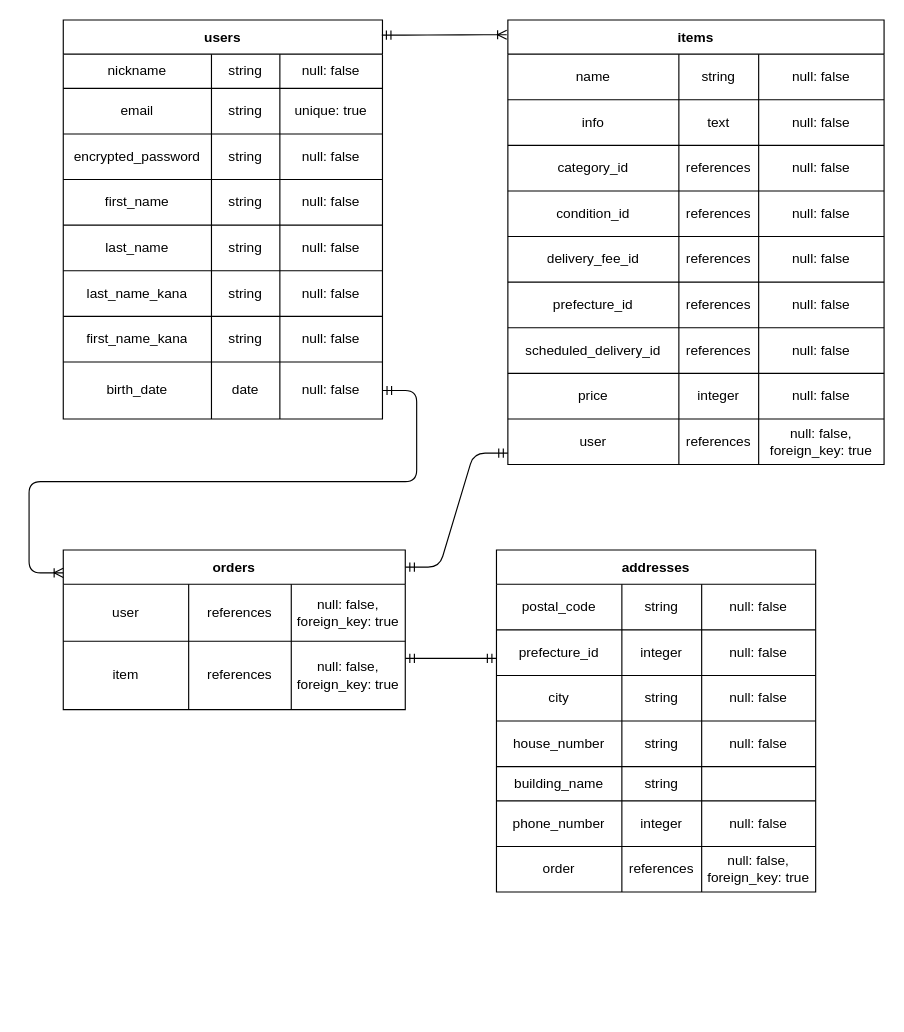
The draw.io diagram furima.dio in shunpikun/furima-36852, before the edit. Source tidied: cells renumbered, new cells numbered last; positions are measured from the earlier drawing's top-left corner, leaving out a move shared by most shapes. Both pictures are drawn from the tidied source at 114%, with x=0, y=0 at pixel (63, 19).
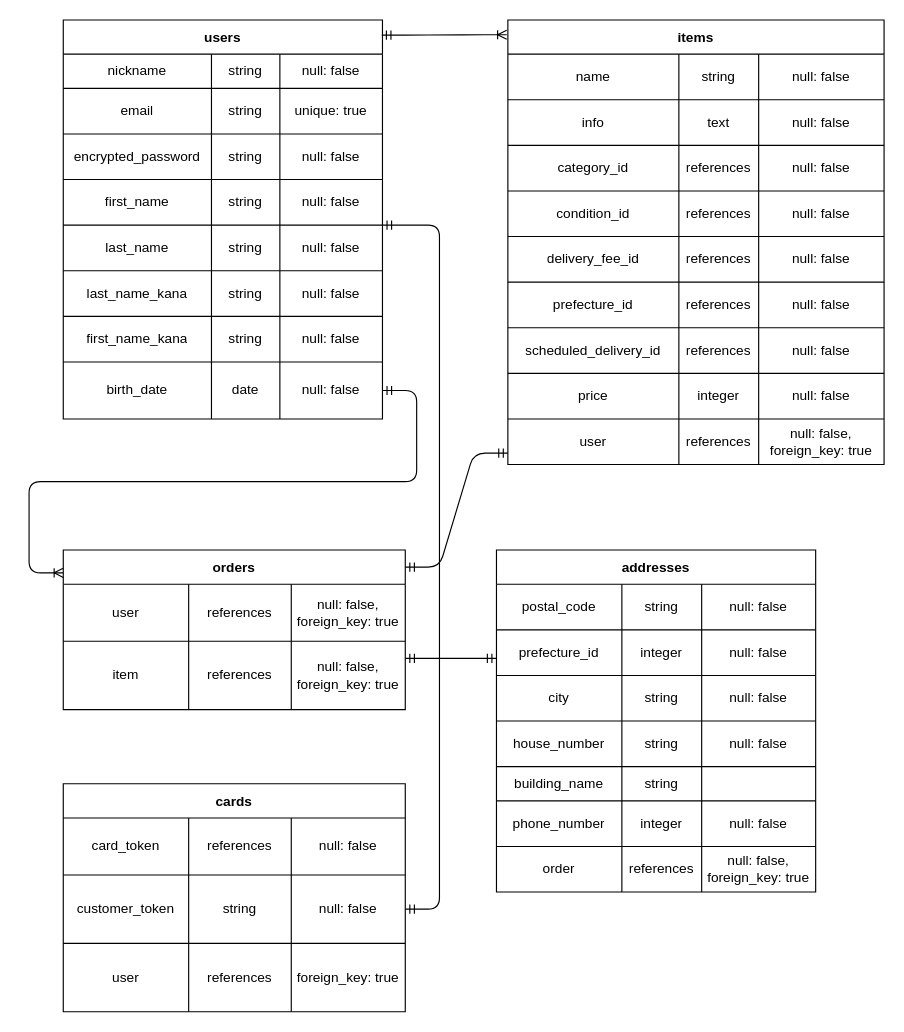
After the change.

Change to the diagram source:
```diff
@@
+    <mxCell id="114" value="cards" style="shape=table;startSize=30;childLayout=tableLayout;fontStyle=1;align=center;" parent="1" vertex="1">
+      <mxGeometry y="670" width="300" height="200" as="geometry" />
+    </mxCell>
+    <mxCell id="115" style="shape=partialRectangle;html=1;whiteSpace=wrap;fillColor=none;top=0;left=0;bottom=0;right=0;" parent="114" vertex="1">
+      <mxGeometry y="30" width="300" height="50" as="geometry" />
+    </mxCell>
+    <mxCell id="116" value="card_token" style="shape=partialRectangle;html=1;whiteSpace=wrap;fillColor=none;top=0;left=0;bottom=0;right=0;overflow=hidden;" parent="115" vertex="1">
+      <mxGeometry width="110" height="50" as="geometry" />
+    </mxCell>
+    <mxCell id="117" value="references" style="shape=partialRectangle;html=1;whiteSpace=wrap;fillColor=none;top=0;left=0;bottom=0;right=0;overflow=hidden;" parent="115" vertex="1">
+      <mxGeometry x="110" width="90" height="50" as="geometry" />
+    </mxCell>
+    <mxCell id="118" value="null: false" style="shape=partialRectangle;html=1;whiteSpace=wrap;fillColor=none;top=0;left=0;bottom=0;right=0;overflow=hidden;" parent="115" vertex="1">
+      <mxGeometry x="200" width="100" height="50" as="geometry" />
+    </mxCell>
+    <mxCell id="119" style="shape=partialRectangle;html=1;whiteSpace=wrap;fillColor=none;top=0;left=0;bottom=0;right=0;points=[[0,0.5],[1,0.5]];portConstraint=eastwest;" parent="114" vertex="1">
+      <mxGeometry y="80" width="300" height="60" as="geometry" />
+    </mxCell>
+    <mxCell id="120" value="customer_token" style="shape=partialRectangle;html=1;whiteSpace=wrap;fillColor=none;top=0;left=0;bottom=0;right=0;overflow=hidden;" parent="119" vertex="1">
+      <mxGeometry width="110" height="60" as="geometry" />
+    </mxCell>
+    <mxCell id="121" value="string" style="shape=partialRectangle;html=1;whiteSpace=wrap;fillColor=none;top=0;left=0;bottom=0;right=0;overflow=hidden;" parent="119" vertex="1">
+      <mxGeometry x="110" width="90" height="60" as="geometry" />
+    </mxCell>
+    <mxCell id="122" value="null: false" style="shape=partialRectangle;html=1;whiteSpace=wrap;fillColor=none;top=0;left=0;bottom=0;right=0;overflow=hidden;" parent="119" vertex="1">
+      <mxGeometry x="200" width="100" height="60" as="geometry" />
+    </mxCell>
+    <mxCell id="123" style="shape=partialRectangle;html=1;whiteSpace=wrap;fillColor=none;top=0;left=0;bottom=0;right=0;" parent="114" vertex="1">
+      <mxGeometry y="140" width="300" height="60" as="geometry" />
+    </mxCell>
+    <mxCell id="124" value="user" style="shape=partialRectangle;html=1;whiteSpace=wrap;fillColor=none;top=0;left=0;bottom=0;right=0;overflow=hidden;" parent="123" vertex="1">
+      <mxGeometry width="110" height="60" as="geometry" />
+    </mxCell>
+    <mxCell id="125" value="references" style="shape=partialRectangle;html=1;whiteSpace=wrap;fillColor=none;top=0;left=0;bottom=0;right=0;overflow=hidden;" parent="123" vertex="1">
+      <mxGeometry x="110" width="90" height="60" as="geometry" />
+    </mxCell>
+    <mxCell id="126" value="foreign_key: true" style="shape=partialRectangle;html=1;whiteSpace=wrap;fillColor=none;top=0;left=0;bottom=0;right=0;overflow=hidden;" parent="123" vertex="1">
+      <mxGeometry x="200" width="100" height="60" as="geometry" />
+    </mxCell>
+    <mxCell id="127" style="edgeStyle=entityRelationEdgeStyle;fontSize=12;html=1;endArrow=ERmandOne;startArrow=ERmandOne;" parent="1" edge="1" target="119">
+      <mxGeometry relative="1" as="geometry">
+        <mxPoint x="280" y="180" as="sourcePoint" />
+      </mxGeometry>
+    </mxCell>
```
